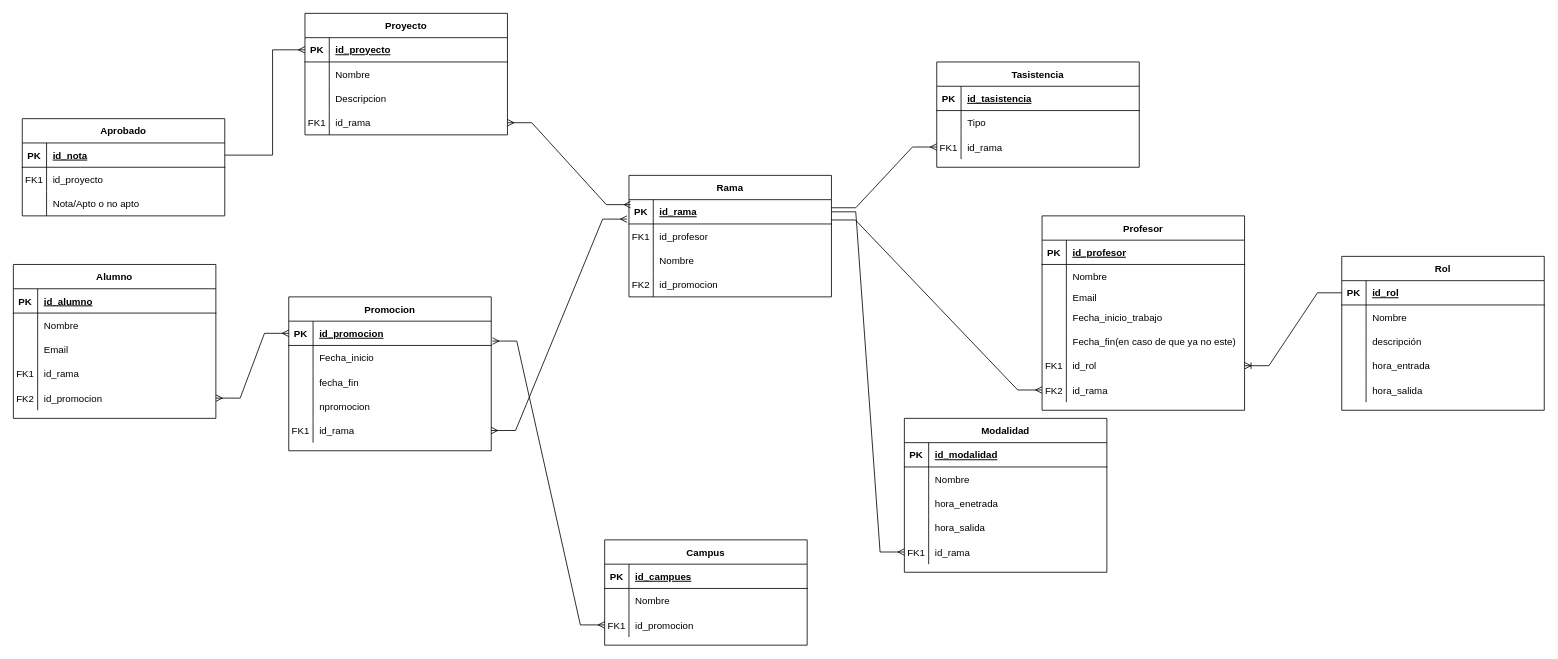
Earlier version of the draw.io diagram Modelo.drawio (jonha20/ProyectoBBDD). Source tidied: cells renumbered, new cells numbered last; positions are measured from the earlier drawing's top-left corner, leaving out a move shared by most shapes. Both pictures are drawn from the tidied source at 81%, with x=0, y=0 at pixel (13, 13).
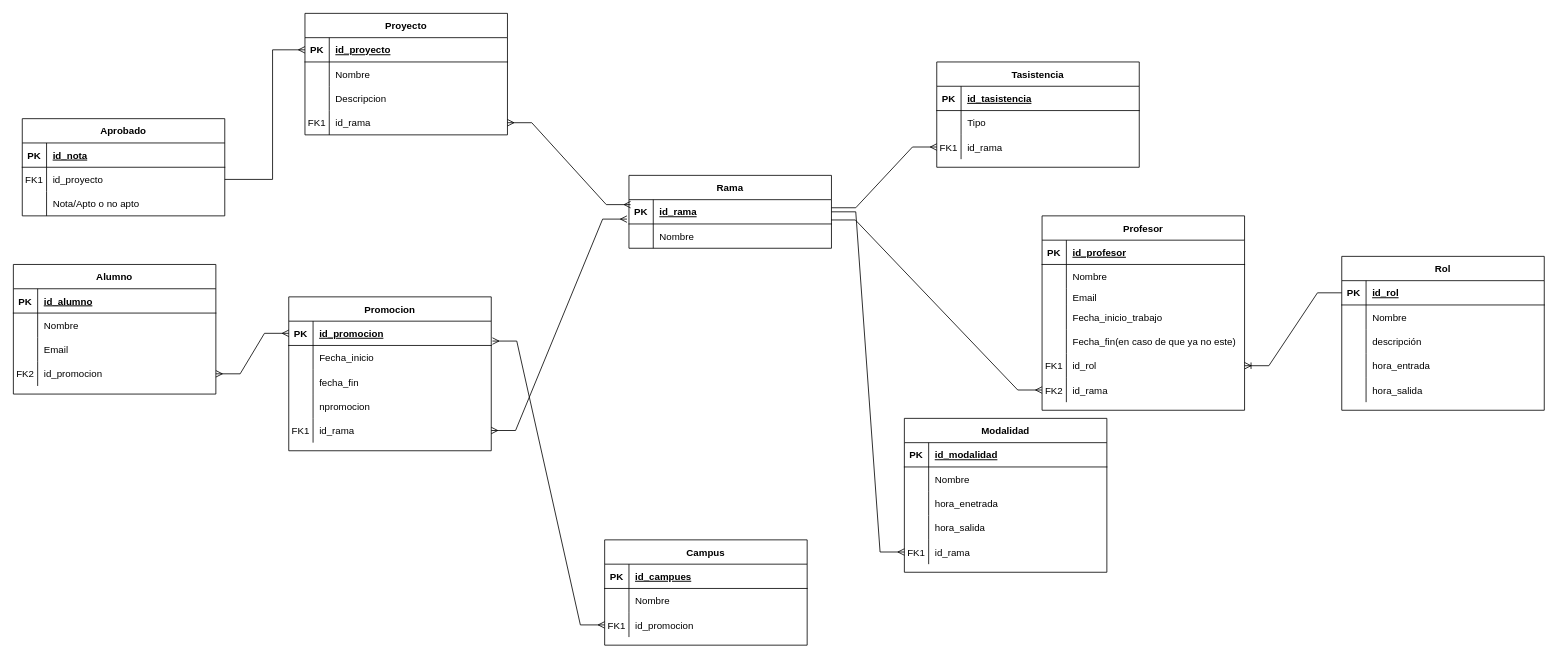
Above is the later version.

Unchanged cells that the change refers to:
```xml
<mxCell id="32" style="shape=partialRectangle;fillColor=none;points=[[0,0.5],[1,0.5]];portConstraint=eastwest;top=0;left=0;right=0;bottom=1;" parent="31" vertex="1">
  <mxGeometry y="30" width="250" height="30" as="geometry" />
</mxCell>
<mxCell id="84" style="shape=partialRectangle;fillColor=none;points=[[0,0.5],[1,0.5]];portConstraint=eastwest;top=0;left=0;right=0;bottom=1;" parent="83" vertex="1">
  <mxGeometry y="30" width="250" height="30" as="geometry" />
</mxCell>
<mxCell id="87" style="shape=partialRectangle;fillColor=none;points=[[0,0.5],[1,0.5]];portConstraint=eastwest;top=0;left=0;right=0;bottom=0;" parent="83" vertex="1">
  <mxGeometry y="60" width="250" height="30" as="geometry" />
</mxCell>
```

What changed in the source:
```diff
@@
     <mxCell id="2" value="Alumno" style="shape=table;startSize=30;childLayout=tableLayout;rowLines=0;fontStyle=1;align=center;" parent="1" vertex="1">
-      <mxGeometry y="310" width="250" height="190" as="geometry" />
+      <mxGeometry y="310" width="250" height="160" as="geometry" />
     </mxCell>
@@
-    <mxCell id="12" style="shape=partialRectangle;fillColor=none;top=0;left=0;right=0;bottom=0;" parent="2" vertex="1">
-      <mxGeometry y="120" width="250" height="30" as="geometry" />
-    </mxCell>
-    <mxCell id="13" value="FK1" style="shape=partialRectangle;overflow=hidden;fillColor=none;top=0;left=0;bottom=0;right=0;" parent="12" vertex="1">
-      <mxGeometry width="30" height="30" as="geometry" />
-    </mxCell>
-    <mxCell id="14" value="id_rama" style="shape=partialRectangle;overflow=hidden;fillColor=none;top=0;left=0;bottom=0;right=0;align=left;spacingLeft=6;" parent="12" vertex="1">
-      <mxGeometry x="30" width="220" height="30" as="geometry" />
-    </mxCell>
     <mxCell id="15" style="shape=partialRectangle;fillColor=none;points=[[0,0.5],[1,0.5]];portConstraint=eastwest;top=0;left=0;right=0;bottom=0;" parent="2" vertex="1">
-      <mxGeometry y="150" width="250" height="30" as="geometry" />
+      <mxGeometry y="120" width="250" height="30" as="geometry" />
     </mxCell>
@@
     <mxCell id="18" value="Rama" style="shape=table;startSize=30;childLayout=tableLayout;rowLines=0;fontStyle=1;align=center;" parent="1" vertex="1">
-      <mxGeometry x="760" y="200" width="250" height="150" as="geometry" />
+      <mxGeometry x="760" y="200" width="250" height="90" as="geometry" />
     </mxCell>
@@
-    <mxCell id="22" style="shape=partialRectangle;fillColor=none;top=0;left=0;right=0;bottom=0;" parent="18" vertex="1">
-      <mxGeometry y="60" width="250" height="30" as="geometry" />
-    </mxCell>
-    <mxCell id="23" value="FK1" style="shape=partialRectangle;overflow=hidden;fillColor=none;top=0;left=0;bottom=0;right=0;" parent="22" vertex="1">
-      <mxGeometry width="30" height="30" as="geometry" />
-    </mxCell>
-    <mxCell id="24" value="id_profesor" style="shape=partialRectangle;overflow=hidden;fillColor=none;top=0;left=0;bottom=0;right=0;align=left;spacingLeft=6;" parent="22" vertex="1">
-      <mxGeometry x="30" width="220" height="30" as="geometry" />
-    </mxCell>
     <mxCell id="25" style="shape=partialRectangle;fillColor=none;top=0;left=0;right=0;bottom=0;" parent="18" vertex="1">
-      <mxGeometry y="90" width="250" height="30" as="geometry" />
+      <mxGeometry y="60" width="250" height="30" as="geometry" />
     </mxCell>
@@
-    <mxCell id="28" style="shape=partialRectangle;fillColor=none;top=0;left=0;right=0;bottom=0;" parent="18" vertex="1">
-      <mxGeometry y="120" width="250" height="30" as="geometry" />
-    </mxCell>
-    <mxCell id="29" value="FK2" style="shape=partialRectangle;overflow=hidden;fillColor=none;top=0;left=0;bottom=0;right=0;" parent="28" vertex="1">
-      <mxGeometry width="30" height="30" as="geometry" />
-    </mxCell>
-    <mxCell id="30" value="id_promocion" style="shape=partialRectangle;overflow=hidden;fillColor=none;top=0;left=0;bottom=0;right=0;align=left;spacingLeft=6;" parent="28" vertex="1">
-      <mxGeometry x="30" width="220" height="30" as="geometry" />
-    </mxCell>
@@
-    <mxCell id="105" style="fontSize=12;html=1;endArrow=ERmany;rounded=0;entryX=0;entryY=0.5;entryDx=0;entryDy=0;strokeWidth=1;strokeColor=default;exitX=1;exitY=0.5;exitDx=0;exitDy=0;" parent="1" edge="1" source="84" target="32">
+    <mxCell id="105" style="fontSize=12;html=1;endArrow=ERmany;rounded=0;entryX=0;entryY=0.5;entryDx=0;entryDy=0;strokeWidth=1;strokeColor=default;exitX=1;exitY=0.5;exitDx=0;exitDy=0;" parent="1" edge="1" source="87" target="32">
       <mxGeometry relative="1" as="geometry">
         <Array as="points">
-          <mxPoint x="320" y="175" />
+          <mxPoint x="320" y="205" />
           <mxPoint x="320" y="45" />
         </Array>
       </mxGeometry>
     </mxCell>
```
